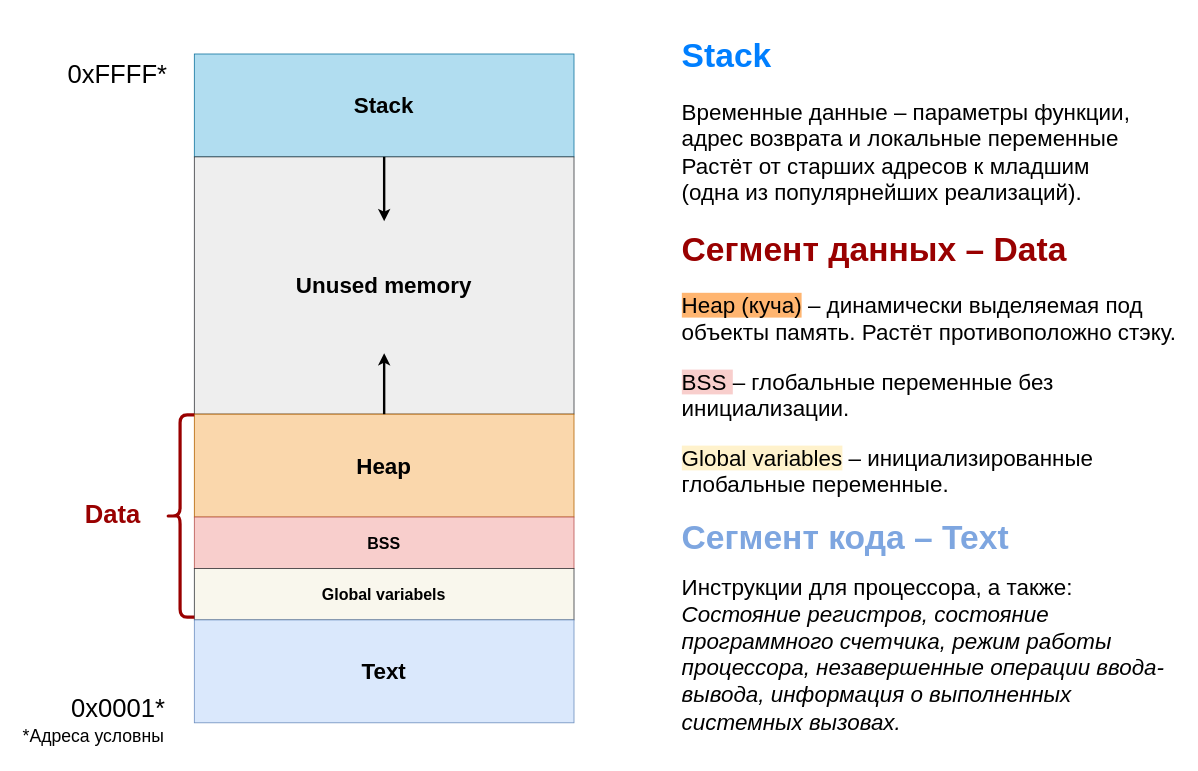
Above: page "Proc_Struct_txt" (2 of 6) of docs/source/OS/img/Process/Proc_All.drawio in Steindvart/My_study (draw.io), before the change. Source tidied: cells renumbered, new cells numbered last; positions are measured from the earlier drawing's top-left corner, leaving out a move shared by most shapes. Both pictures are drawn from the tidied source at 80%, with x=0, y=0 at pixel (14, 22).
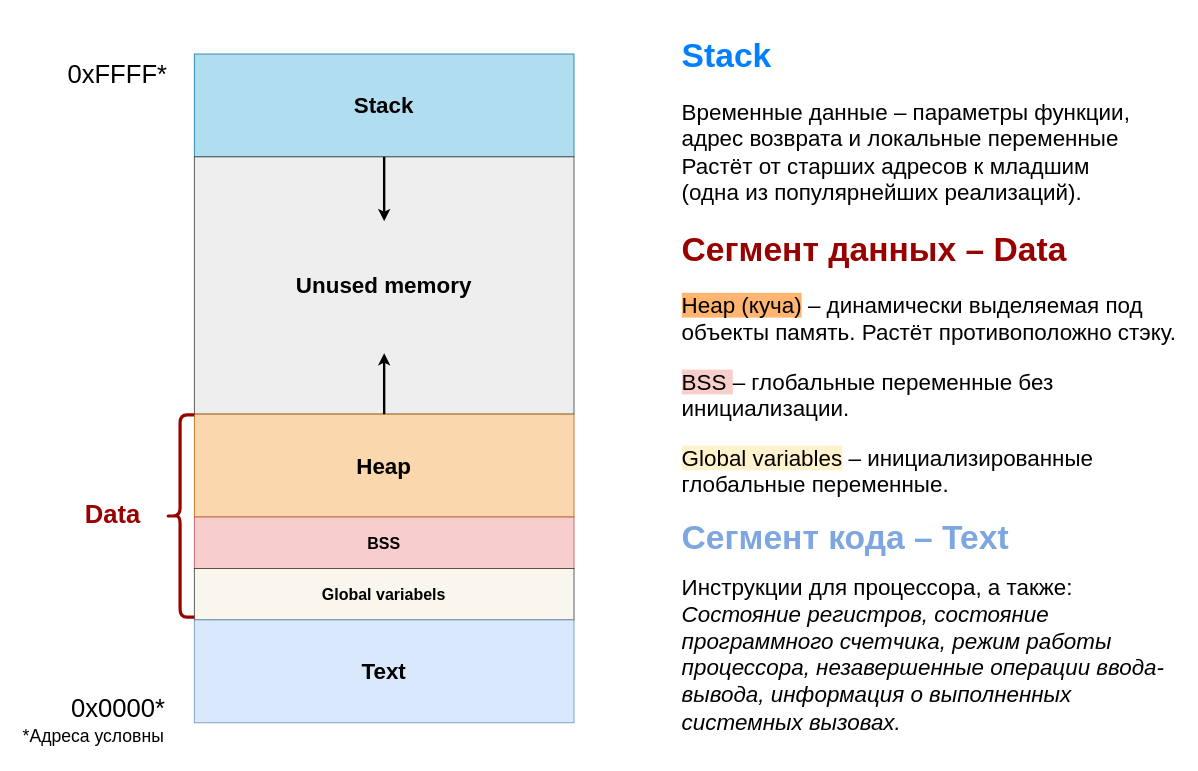
Above is the later version.

Unchanged cells that the change refers to:
```xml
<mxCell id="6" style="group;" parent="5" vertex="1">
  <mxGeometry y="-10" width="700" height="880" as="geometry" />
</mxCell>
```

Change to the diagram source:
```diff
@@
-    <mxCell id="19" value="&lt;font style=&quot;font-size: 32px&quot;&gt;0x0001*&lt;/font&gt;" style="text;html=1;align=center;verticalAlign=middle;" parent="6" vertex="1">
+    <mxCell id="19" value="&lt;font style=&quot;font-size: 32px&quot;&gt;0x0000*&lt;/font&gt;" style="text;html=1;align=center;verticalAlign=middle;" parent="6" vertex="1">
       <mxGeometry x="65.3" y="803" width="130" height="30" as="geometry" />
     </mxCell>
```
